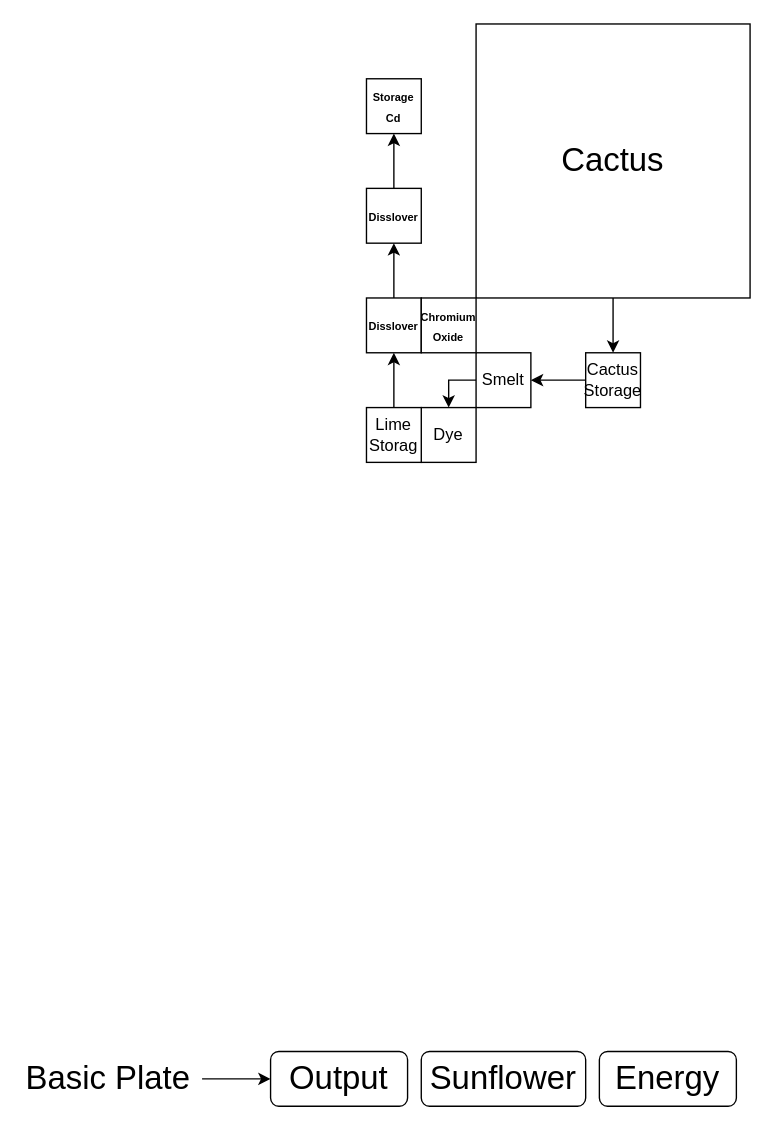
jak7b/modpackThings keeps this draw.io diagram as AutoBPlate.drawio. Above is the earlier version. Source tidied: cells renumbered, new cells numbered last; positions are measured from the earlier drawing's top-left corner, leaving out a move shared by most shapes. Both pictures are drawn from the tidied source at 137%, with x=0, y=0 at pixel (23, 23).
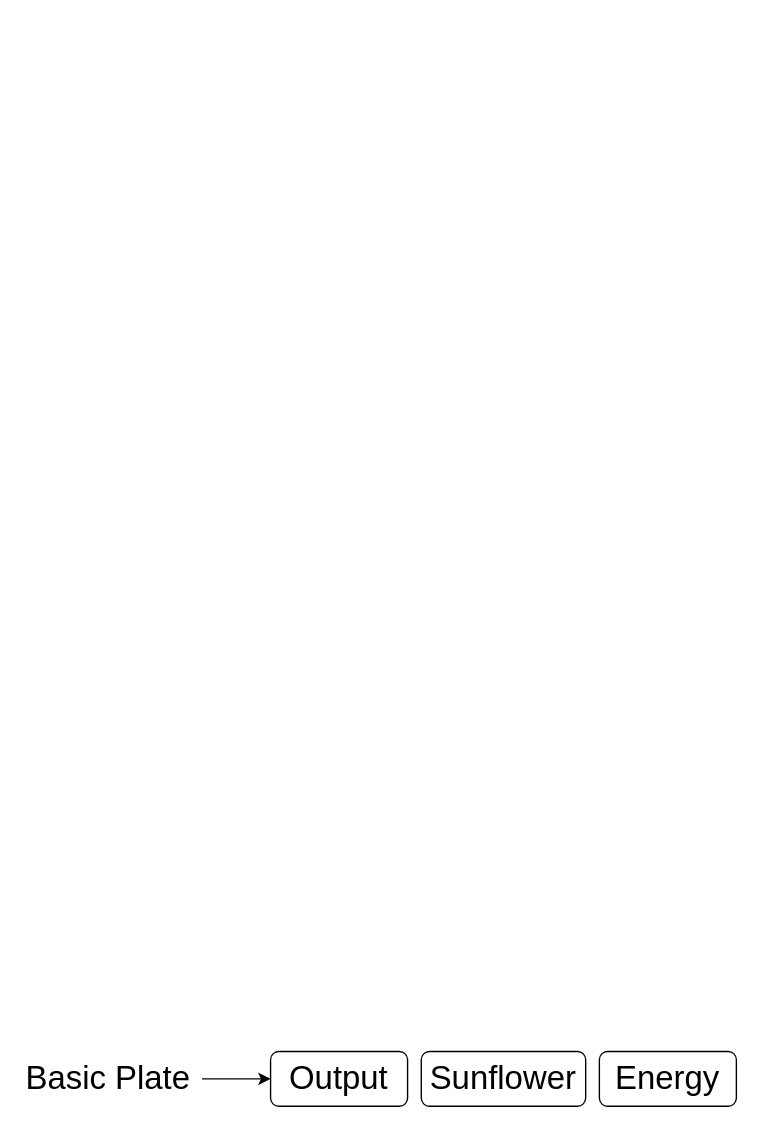
The same page after the edit.

Diff of the diagram source:
```diff
@@
-    <mxCell id="7" style="edgeStyle=orthogonalEdgeStyle;rounded=0;jettySize=auto;html=1;entryX=0.5;entryY=0;entryDx=0;entryDy=0;" parent="1" edge="1" source="8" target="10">
-      <mxGeometry relative="1" as="geometry" />
-    </mxCell>
-    <mxCell id="8" value="&lt;font style=&quot;font-size: 24px;&quot;&gt;Cactus&lt;/font&gt;" style="whiteSpace=wrap;html=1;" parent="1" vertex="1">
-      <mxGeometry x="330" width="200" height="200" as="geometry" />
-    </mxCell>
-    <mxCell id="9" style="edgeStyle=orthogonalEdgeStyle;rounded=0;jettySize=auto;html=1;entryX=1;entryY=0.5;entryDx=0;entryDy=0;" parent="1" edge="1" source="10" target="12">
-      <mxGeometry relative="1" as="geometry" />
-    </mxCell>
-    <mxCell id="10" value="Cactus Storage" style="whiteSpace=wrap;html=1;" parent="1" vertex="1">
-      <mxGeometry x="410" y="240" width="40" height="40" as="geometry" />
-    </mxCell>
-    <mxCell id="11" style="edgeStyle=orthogonalEdgeStyle;rounded=0;jettySize=auto;html=1;entryX=0.5;entryY=0;entryDx=0;entryDy=0;" parent="1" edge="1" source="12" target="13">
-      <mxGeometry relative="1" as="geometry">
-        <Array as="points">
-          <mxPoint x="310" y="260" />
-        </Array>
-      </mxGeometry>
-    </mxCell>
-    <mxCell id="12" value="Smelt" style="whiteSpace=wrap;html=1;" parent="1" vertex="1">
-      <mxGeometry x="330" y="240" width="40" height="40" as="geometry" />
-    </mxCell>
-    <mxCell id="13" value="Dye" style="whiteSpace=wrap;html=1;" parent="1" vertex="1">
-      <mxGeometry x="290" y="280" width="40" height="40" as="geometry" />
-    </mxCell>
-    <mxCell id="14" style="edgeStyle=orthogonalEdgeStyle;rounded=0;jettySize=auto;html=1;entryX=0.5;entryY=1;entryDx=0;entryDy=0;" parent="1" edge="1" source="15" target="17">
-      <mxGeometry relative="1" as="geometry" />
-    </mxCell>
-    <mxCell id="15" value="Lime Storag" style="whiteSpace=wrap;html=1;" parent="1" vertex="1">
-      <mxGeometry x="250" y="280" width="40" height="40" as="geometry" />
-    </mxCell>
-    <mxCell id="16" style="edgeStyle=orthogonalEdgeStyle;rounded=0;jettySize=auto;html=1;entryX=0.5;entryY=1;entryDx=0;entryDy=0;" parent="1" edge="1" source="17" target="19">
-      <mxGeometry relative="1" as="geometry" />
-    </mxCell>
-    <mxCell id="17" value="&lt;font style=&quot;font-size: 8px;&quot;&gt;&lt;b&gt;Disslover&lt;/b&gt;&lt;/font&gt;" style="whiteSpace=wrap;html=1;" parent="1" vertex="1">
-      <mxGeometry x="250" y="200" width="40" height="40" as="geometry" />
-    </mxCell>
-    <mxCell id="18" style="edgeStyle=orthogonalEdgeStyle;rounded=0;jettySize=auto;html=1;entryX=0.5;entryY=1;entryDx=0;entryDy=0;" parent="1" edge="1" source="19" target="20">
-      <mxGeometry relative="1" as="geometry" />
-    </mxCell>
-    <mxCell id="19" value="&lt;font style=&quot;font-size: 8px;&quot;&gt;&lt;b&gt;Disslover&lt;/b&gt;&lt;/font&gt;" style="whiteSpace=wrap;html=1;" parent="1" vertex="1">
-      <mxGeometry x="250" y="120" width="40" height="40" as="geometry" />
-    </mxCell>
-    <mxCell id="20" value="&lt;font style=&quot;font-size: 8px;&quot;&gt;&lt;b&gt;Storage Cd&lt;br&gt;&lt;/b&gt;&lt;/font&gt;" style="whiteSpace=wrap;html=1;" parent="1" vertex="1">
-      <mxGeometry x="250" y="40" width="40" height="40" as="geometry" />
-    </mxCell>
-    <mxCell id="21" value="&lt;span style=&quot;font-size: 8px;&quot;&gt;&lt;b&gt;Chromium Oxide&lt;/b&gt;&lt;/span&gt;" style="whiteSpace=wrap;html=1;" parent="1" vertex="1">
-      <mxGeometry x="290" y="200" width="40" height="40" as="geometry" />
-    </mxCell>
```
